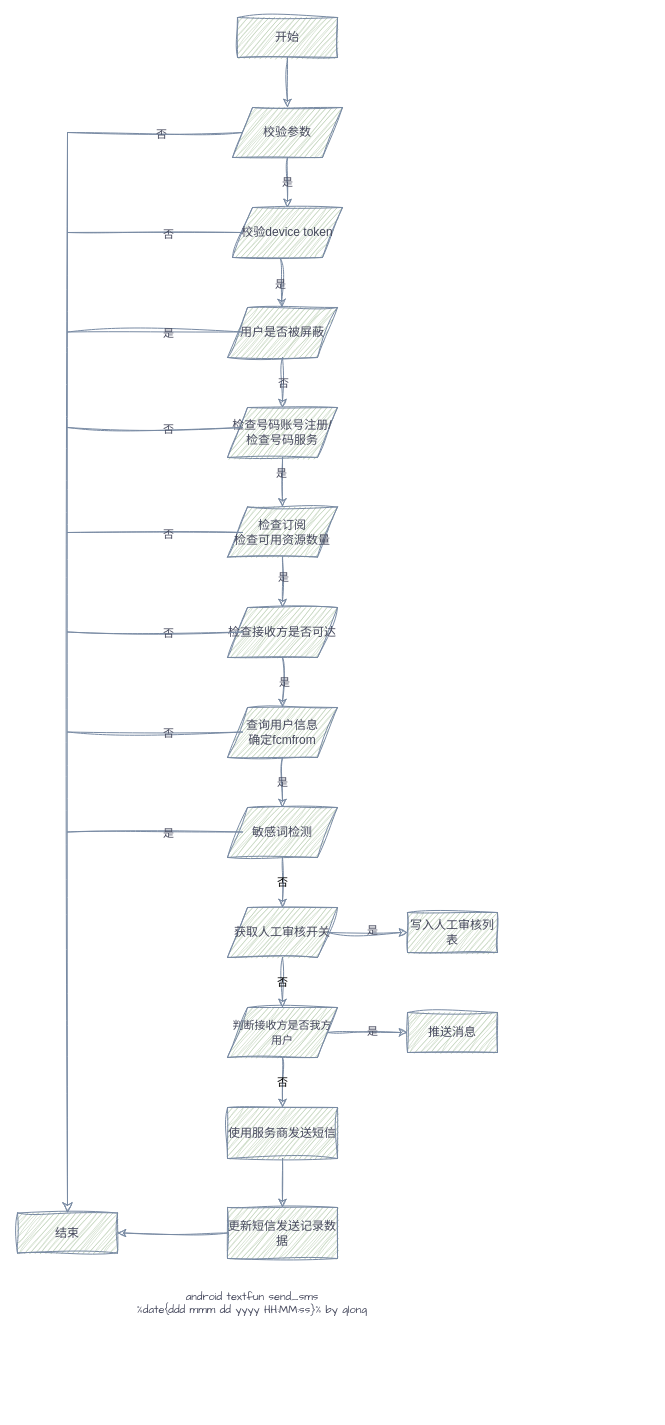
Sc-glong/diagrams keeps this draw.io diagram as sendsmslogic.drawio. Above is the earlier version. Source tidied: cells renumbered, new cells numbered last; positions are measured from the earlier drawing's top-left corner, leaving out a move shared by most shapes. Both pictures are drawn from the tidied source at 100%, with x=0, y=0 at pixel (17, 17).
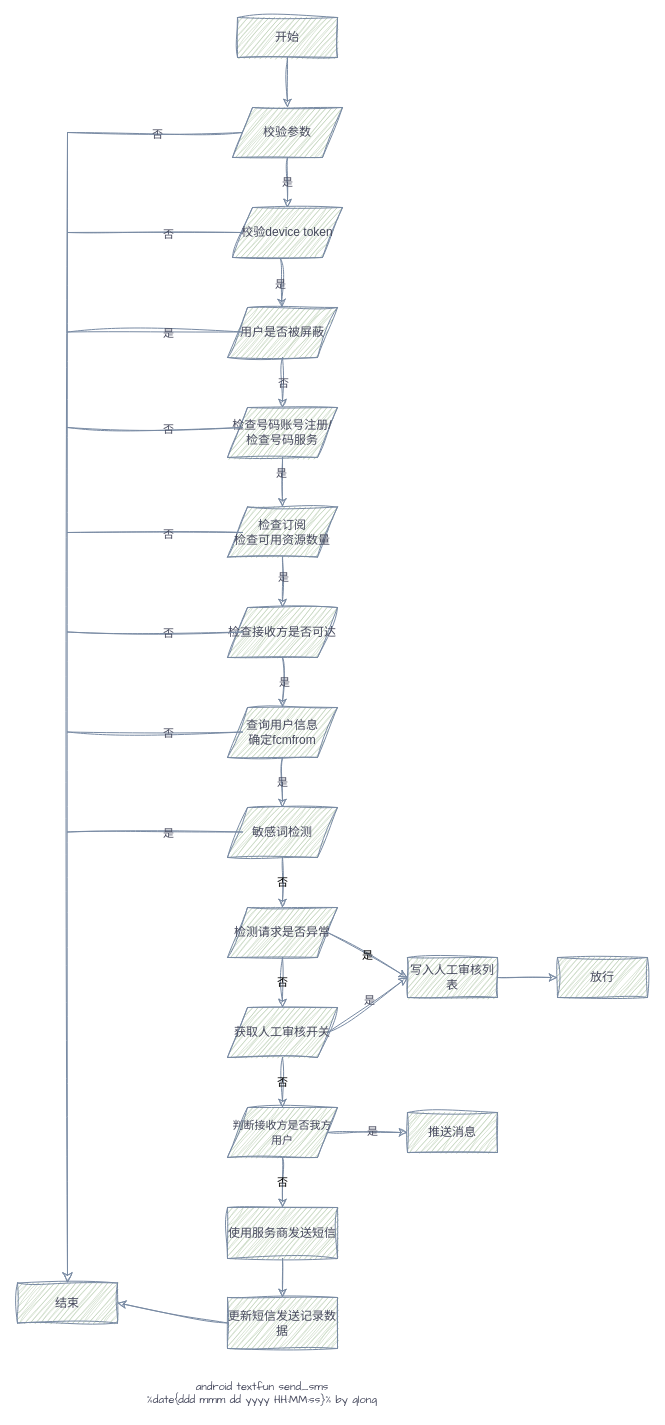
Above is the later version.

Unchanged cells that the change refers to:
```xml
<mxCell id="12" value="敏感词检测" style="shape=parallelogram;perimeter=parallelogramPerimeter;whiteSpace=wrap;html=1;fixedSize=1;labelBackgroundColor=none;fillColor=#B2C9AB;strokeColor=#788AA3;fontColor=#46495D;rounded=0;sketch=1;curveFitting=1;jiggle=2;" parent="1" vertex="1">
  <mxGeometry x="210" y="790" width="110" height="50" as="geometry" />
</mxCell>
```

Diff of the diagram source:
```diff
@@
     <mxCell id="4" value="&lt;font style=&quot;font-size: 11px;&quot;&gt;判断接收方是否我方用户&lt;/font&gt;" style="shape=parallelogram;perimeter=parallelogramPerimeter;whiteSpace=wrap;html=1;fixedSize=1;labelBackgroundColor=none;fillColor=#B2C9AB;strokeColor=#788AA3;fontColor=#46495D;rounded=0;sketch=1;curveFitting=1;jiggle=2;" parent="1" vertex="1">
-      <mxGeometry x="210" y="990" width="110" height="50" as="geometry" />
+      <mxGeometry x="210" y="1090" width="110" height="50" as="geometry" />
     </mxCell>
@@
     <mxCell id="15" value="结束" style="rounded=0;whiteSpace=wrap;html=1;labelBackgroundColor=none;fillColor=#B2C9AB;strokeColor=#788AA3;fontColor=#46495D;sketch=1;curveFitting=1;jiggle=2;" parent="1" vertex="1">
-      <mxGeometry y="1195.5" width="100" height="40" as="geometry" />
+      <mxGeometry y="1265.5" width="100" height="40" as="geometry" />
     </mxCell>
@@
     <mxCell id="28" value="获取人工审核开关" style="shape=parallelogram;perimeter=parallelogramPerimeter;whiteSpace=wrap;html=1;fixedSize=1;labelBackgroundColor=none;fillColor=#B2C9AB;strokeColor=#788AA3;fontColor=#46495D;rounded=0;sketch=1;curveFitting=1;jiggle=2;" parent="1" vertex="1">
-      <mxGeometry x="210" y="890" width="110" height="50" as="geometry" />
+      <mxGeometry x="210" y="990" width="110" height="50" as="geometry" />
     </mxCell>
-    <mxCell id="29" value="否" style="endArrow=classic;html=1;rounded=0;exitX=0.5;exitY=1;exitDx=0;exitDy=0;entryX=0.5;entryY=0;entryDx=0;entryDy=0;labelBackgroundColor=none;strokeColor=#788AA3;fontColor=default;sketch=1;curveFitting=1;jiggle=2;" parent="1" edge="1" source="12" target="28">
+    <mxCell id="29" value="否" style="endArrow=classic;html=1;rounded=0;labelBackgroundColor=none;strokeColor=#788AA3;fontColor=default;sketch=1;curveFitting=1;jiggle=2;exitX=0.5;exitY=1;exitDx=0;exitDy=0;" parent="1" edge="1" source="12" target="59">
       <mxGeometry relative="1" as="geometry" />
     </mxCell>
     <mxCell id="30" value="写入人工审核列表" style="rounded=0;whiteSpace=wrap;html=1;labelBackgroundColor=none;fillColor=#B2C9AB;strokeColor=#788AA3;fontColor=#46495D;sketch=1;curveFitting=1;jiggle=2;" parent="1" vertex="1">
-      <mxGeometry x="390" y="895" width="90" height="40" as="geometry" />
+      <mxGeometry x="390" y="940" width="90" height="40" as="geometry" />
     </mxCell>
@@
     <mxCell id="34" value="推送消息" style="rounded=0;whiteSpace=wrap;html=1;labelBackgroundColor=none;fillColor=#B2C9AB;strokeColor=#788AA3;fontColor=#46495D;sketch=1;curveFitting=1;jiggle=2;" parent="1" vertex="1">
-      <mxGeometry x="390" y="995" width="90" height="40" as="geometry" />
+      <mxGeometry x="390" y="1095" width="90" height="40" as="geometry" />
     </mxCell>
@@
     <mxCell id="37" value="使用服务商发送短信" style="rounded=0;whiteSpace=wrap;html=1;labelBackgroundColor=none;fillColor=#B2C9AB;strokeColor=#788AA3;fontColor=#46495D;sketch=1;curveFitting=1;jiggle=2;" parent="1" vertex="1">
-      <mxGeometry x="210" y="1090" width="110" height="51" as="geometry" />
+      <mxGeometry x="210" y="1190" width="110" height="51" as="geometry" />
     </mxCell>
@@
     <mxCell id="55" value="更新短信发送记录数据" style="rounded=0;whiteSpace=wrap;html=1;labelBackgroundColor=none;fillColor=#B2C9AB;strokeColor=#788AA3;fontColor=#46495D;sketch=1;curveFitting=1;jiggle=2;" parent="1" vertex="1">
-      <mxGeometry x="210" y="1190" width="110" height="51" as="geometry" />
+      <mxGeometry x="210" y="1280" width="110" height="51" as="geometry" />
     </mxCell>
@@
     <mxCell id="58" value="android textfun send_sms&lt;br&gt;%date{ddd mmm dd yyyy HH:MM:ss}% by glong" style="text;html=1;strokeColor=none;fillColor=none;align=center;verticalAlign=middle;whiteSpace=wrap;overflow=hidden;sketch=1;hachureGap=4;jiggle=2;curveFitting=1;fontFamily=Architects Daughter;fontSize=11;fontColor=#46495D;" parent="1" vertex="1">
-      <mxGeometry x="70" y="1270" width="330" height="30" as="geometry" />
+      <mxGeometry x="80" y="1360" width="330" height="30" as="geometry" />
     </mxCell>
+    <mxCell id="59" value="检测请求是否异常" style="shape=parallelogram;perimeter=parallelogramPerimeter;whiteSpace=wrap;html=1;fixedSize=1;labelBackgroundColor=none;fillColor=#B2C9AB;strokeColor=#788AA3;fontColor=#46495D;rounded=0;sketch=1;curveFitting=1;jiggle=2;" parent="1" vertex="1">
+      <mxGeometry x="210" y="890" width="110" height="50" as="geometry" />
+    </mxCell>
+    <mxCell id="60" value="否" style="endArrow=classic;html=1;rounded=0;labelBackgroundColor=none;strokeColor=#788AA3;fontColor=default;sketch=1;curveFitting=1;jiggle=2;exitX=0.5;exitY=1;exitDx=0;exitDy=0;entryX=0.5;entryY=0;entryDx=0;entryDy=0;" parent="1" edge="1" source="59" target="28">
+      <mxGeometry relative="1" as="geometry" />
+    </mxCell>
+    <mxCell id="61" style="endArrow=classic;html=1;rounded=0;labelBackgroundColor=none;strokeColor=#788AA3;fontColor=default;sketch=1;curveFitting=1;jiggle=2;exitX=1;exitY=0.5;exitDx=0;exitDy=0;entryX=0;entryY=0.5;entryDx=0;entryDy=0;" parent="1" edge="1" source="30" target="63">
+      <mxGeometry relative="1" as="geometry" />
+    </mxCell>
+    <mxCell id="62" value="是" style="endArrow=classic;html=1;rounded=0;labelBackgroundColor=none;strokeColor=#788AA3;fontColor=default;sketch=1;curveFitting=1;jiggle=2;exitX=1;exitY=0.5;exitDx=0;exitDy=0;entryX=0;entryY=0.5;entryDx=0;entryDy=0;" parent="1" edge="1" source="59" target="30">
+      <mxGeometry relative="1" as="geometry" />
+    </mxCell>
+    <mxCell id="63" value="放行" style="rounded=0;whiteSpace=wrap;html=1;labelBackgroundColor=none;fillColor=#B2C9AB;strokeColor=#788AA3;fontColor=#46495D;sketch=1;curveFitting=1;jiggle=2;" parent="1" vertex="1">
+      <mxGeometry x="540" y="940" width="90" height="40" as="geometry" />
+    </mxCell>
```
